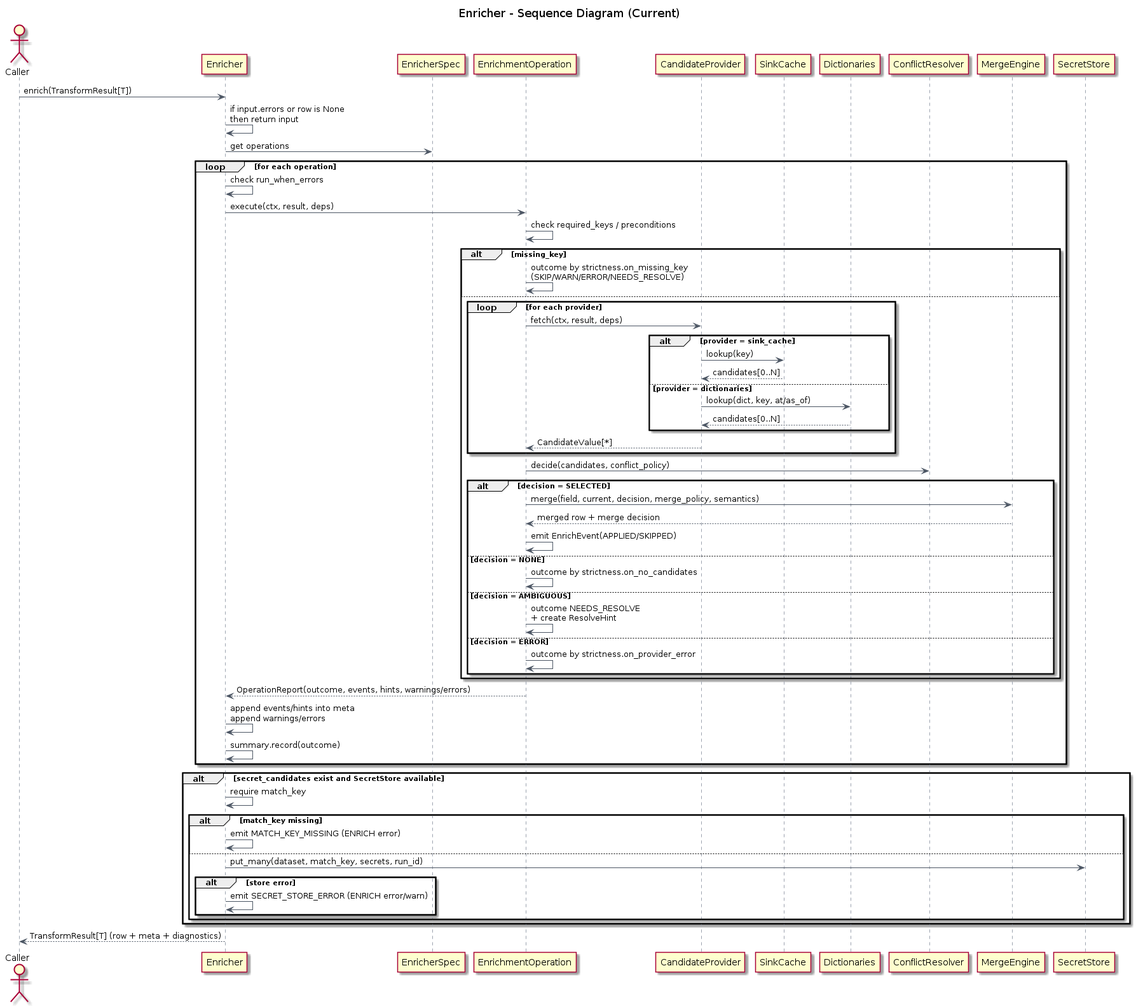
xORex-LC/nexus-etl keeps this PlantUML diagram as docs/uml/transform/enricher/enricher_sequence.png. Above is the earlier version. Its source is kept beside it as docs/uml/transform/enricher/enricher_sequence.puml.
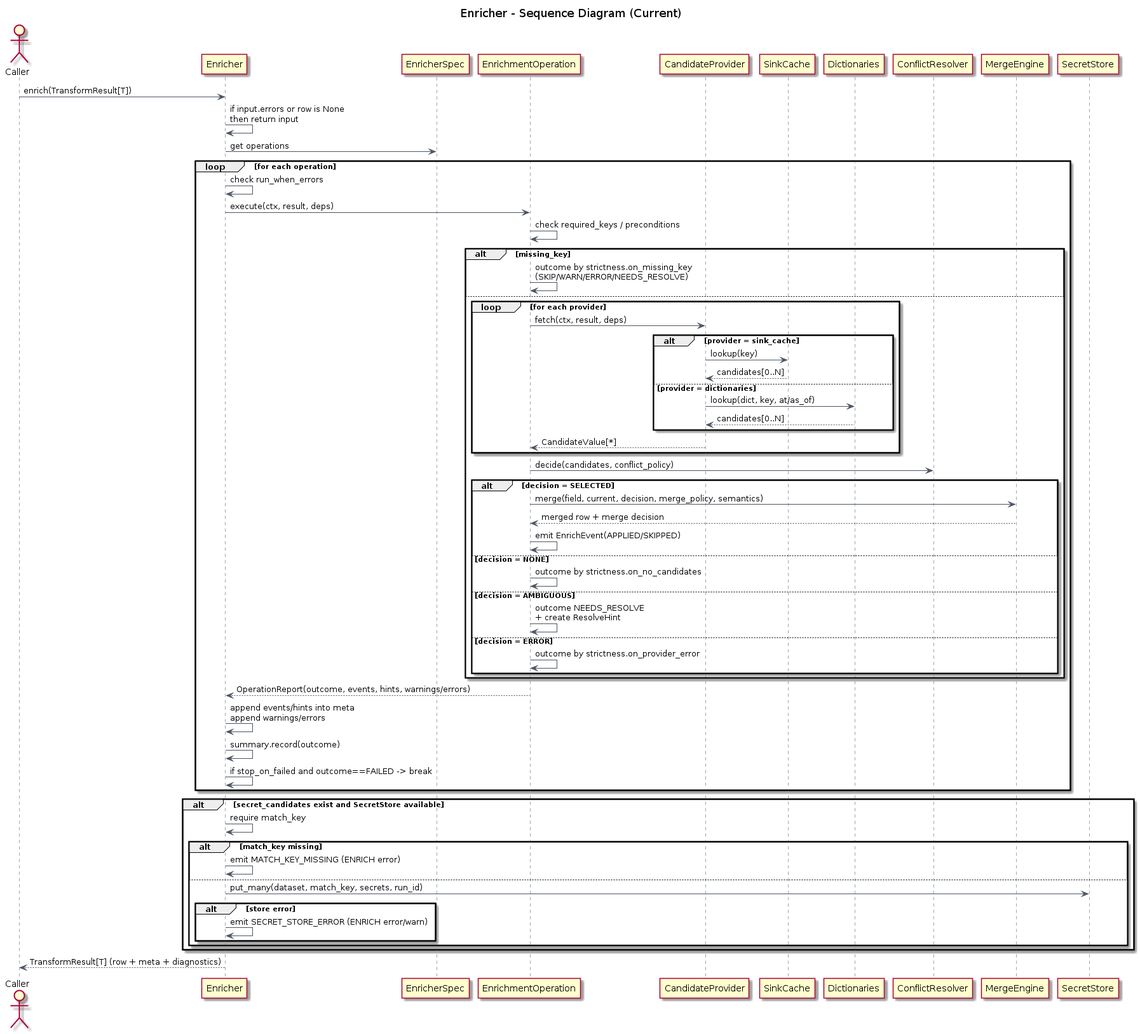
Later version of the same file.

Diff of the diagram source:
```diff
@@ -61,6 +61,7 @@
   Op --> Enricher: OperationReport(outcome, events, hints, warnings/errors)
   Enricher -> Enricher: append events/hints into meta\nappend warnings/errors
   Enricher -> Enricher: summary.record(outcome)
+  Enricher -> Enricher: if stop_on_failed and outcome==FAILED -> break
 end
 
 alt secret_candidates exist and SecretStore available
```
